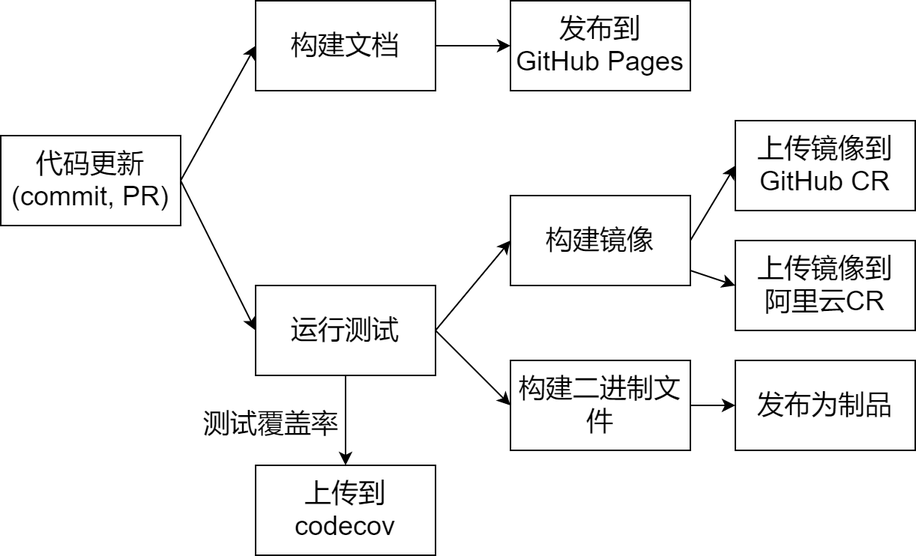
Above: docs/diagrams/ci.png in PKUHPC/OpenSCOW (draw.io), before the change. Source tidied: cells renumbered, new cells last; positions are measured from the earlier drawing's top-left corner, leaving out a move shared by most shapes.
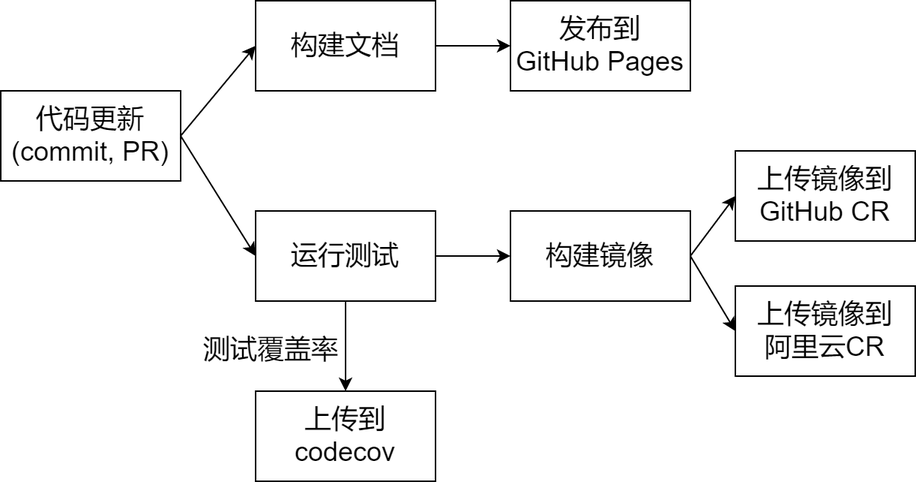
The same file after the commit.

The edit, as a diff of the source:
```diff
@@ -9,13 +9,13 @@
       <mxGeometry relative="1" as="geometry" />
     </mxCell>
     <mxCell id="4" value="代码更新&#10;(commit, PR)" style="rounded=0;whiteSpace=wrap;fontSize=18;labelBackgroundColor=none;" parent="1" vertex="1">
-      <mxGeometry y="90" width="120" height="60" as="geometry" />
+      <mxGeometry y="110" width="120" height="60" as="geometry" />
     </mxCell>
     <mxCell id="5" style="edgeStyle=none;exitX=1;exitY=0.5;exitDx=0;exitDy=0;entryX=0;entryY=0.5;entryDx=0;entryDy=0;fontSize=18;labelBackgroundColor=none;" parent="1" edge="1" source="6" target="13">
       <mxGeometry relative="1" as="geometry" />
     </mxCell>
     <mxCell id="6" value="构建文档" style="rounded=0;whiteSpace=wrap;fontSize=18;labelBackgroundColor=none;" parent="1" vertex="1">
-      <mxGeometry x="170" width="120" height="60" as="geometry" />
+      <mxGeometry x="170" y="50" width="120" height="60" as="geometry" />
     </mxCell>
     <mxCell id="7" style="edgeStyle=none;exitX=0.5;exitY=1;exitDx=0;exitDy=0;fontSize=18;labelBackgroundColor=none;" parent="1" edge="1" source="11" target="12">
       <mxGeometry relative="1" as="geometry" />
@@ -28,9 +28,6 @@
     <mxCell id="9" style="edgeStyle=none;exitX=1;exitY=0.5;exitDx=0;exitDy=0;entryX=0;entryY=0.5;entryDx=0;entryDy=0;fontSize=18;labelBackgroundColor=none;" parent="1" edge="1" source="11" target="16">
       <mxGeometry relative="1" as="geometry" />
     </mxCell>
-    <mxCell id="10" style="edgeStyle=none;exitX=1;exitY=0.5;exitDx=0;exitDy=0;entryX=0;entryY=0.5;entryDx=0;entryDy=0;fontSize=18;labelBackgroundColor=none;" parent="1" edge="1" source="11" target="18">
-      <mxGeometry relative="1" as="geometry" />
-    </mxCell>
     <mxCell id="11" value="运行测试" style="rounded=0;whiteSpace=wrap;fontSize=18;labelBackgroundColor=none;" parent="1" vertex="1">
       <mxGeometry x="170" y="190" width="120" height="60" as="geometry" />
     </mxCell>
@@ -38,31 +35,22 @@
       <mxGeometry x="170" y="310" width="120" height="60" as="geometry" />
     </mxCell>
     <mxCell id="13" value="发布到&#10;GitHub Pages" style="rounded=0;whiteSpace=wrap;fontSize=18;labelBackgroundColor=none;" parent="1" vertex="1">
-      <mxGeometry x="340" width="120" height="60" as="geometry" />
+      <mxGeometry x="340" y="50" width="120" height="60" as="geometry" />
     </mxCell>
     <mxCell id="14" style="edgeStyle=none;exitX=1;exitY=0.5;exitDx=0;exitDy=0;entryX=0;entryY=0.5;entryDx=0;entryDy=0;fontSize=18;labelBackgroundColor=none;" parent="1" edge="1" source="16" target="19">
       <mxGeometry relative="1" as="geometry" />
     </mxCell>
-    <mxCell id="15" style="edgeStyle=none;entryX=0;entryY=0.5;entryDx=0;entryDy=0;fontSize=18;labelBackgroundColor=none;" parent="1" edge="1" source="16" target="20">
+    <mxCell id="15" style="edgeStyle=none;entryX=0;entryY=0.5;entryDx=0;entryDy=0;fontSize=18;labelBackgroundColor=none;exitX=1;exitY=0.5;exitDx=0;exitDy=0;" parent="1" edge="1" source="16" target="20">
       <mxGeometry relative="1" as="geometry" />
     </mxCell>
     <mxCell id="16" value="构建镜像" style="rounded=0;whiteSpace=wrap;fontSize=18;labelBackgroundColor=none;" parent="1" vertex="1">
-      <mxGeometry x="340" y="130" width="120" height="60" as="geometry" />
+      <mxGeometry x="340" y="190" width="120" height="60" as="geometry" />
     </mxCell>
-    <mxCell id="17" style="edgeStyle=none;exitX=1;exitY=0.5;exitDx=0;exitDy=0;entryX=0;entryY=0.5;entryDx=0;entryDy=0;fontSize=18;labelBackgroundColor=none;" parent="1" edge="1" source="18" target="21">
-      <mxGeometry relative="1" as="geometry" />
-    </mxCell>
-    <mxCell id="18" value="构建二进制文件" style="rounded=0;whiteSpace=wrap;fontSize=18;labelBackgroundColor=none;" parent="1" vertex="1">
-      <mxGeometry x="340" y="240" width="120" height="60" as="geometry" />
-    </mxCell>
     <mxCell id="19" value="上传镜像到GitHub CR" style="rounded=0;whiteSpace=wrap;fontSize=18;labelBackgroundColor=none;" parent="1" vertex="1">
-      <mxGeometry x="490" y="80" width="120" height="60" as="geometry" />
+      <mxGeometry x="490" y="150" width="120" height="60" as="geometry" />
     </mxCell>
     <mxCell id="20" value="上传镜像到&#10;阿里云CR" style="rounded=0;whiteSpace=wrap;fontSize=18;labelBackgroundColor=none;" parent="1" vertex="1">
-      <mxGeometry x="490" y="160" width="120" height="60" as="geometry" />
+      <mxGeometry x="490" y="240" width="120" height="60" as="geometry" />
     </mxCell>
-    <mxCell id="21" value="发布为制品" style="rounded=0;whiteSpace=wrap;fontSize=18;labelBackgroundColor=none;" parent="1" vertex="1">
-      <mxGeometry x="490" y="240" width="120" height="60" as="geometry" />
-    </mxCell>
   </root>
 </mxGraphModel>
```
